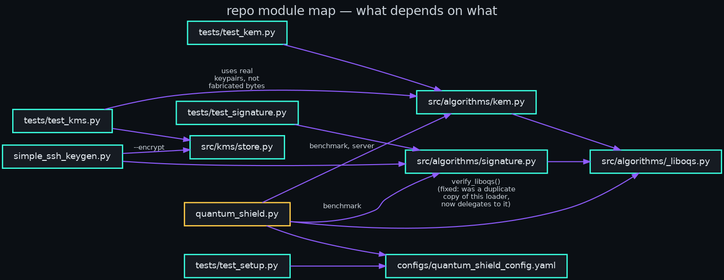
Before: diagrams/05-repo-module-map.png, a diagram exported from Graphviz (danindiana/quantum-shield). Its source is kept beside it as diagrams/05-repo-module-map.dot.
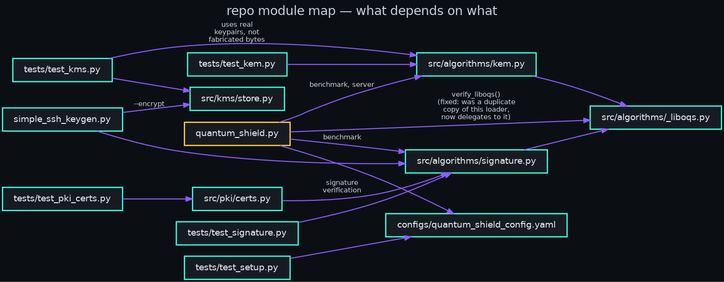
The same diagram one commit later.

Diff of the diagram source:
```diff
@@ -13,10 +13,12 @@
   tests_sig [label="tests/test_signature.py"];
   tests_setup [label="tests/test_setup.py"];
   tests_kms [label="tests/test_kms.py"];
+  tests_pki [label="tests/test_pki_certs.py"];
 
   kem [label="src/algorithms/kem.py", color="#39ffe0"];
   sig [label="src/algorithms/signature.py", color="#39ffe0"];
   kms [label="src/kms/store.py", color="#39ffe0"];
+  pki [label="src/pki/certs.py", color="#39ffe0"];
   liboqs_mod [label="src/algorithms/_liboqs.py"];
 
   sshkeygen [label="simple_ssh_keygen.py"];
@@ -28,6 +30,8 @@
   tests_setup -> config;
   tests_kms -> kms;
   tests_kms -> kem [label="uses real\nkeypairs, not\nfabricated bytes"];
+  tests_pki -> pki;
+  pki -> sig [label="signature\nverification"];
   kem -> liboqs_mod;
   sig -> liboqs_mod;
   kms -> sig [style=invis];
```
